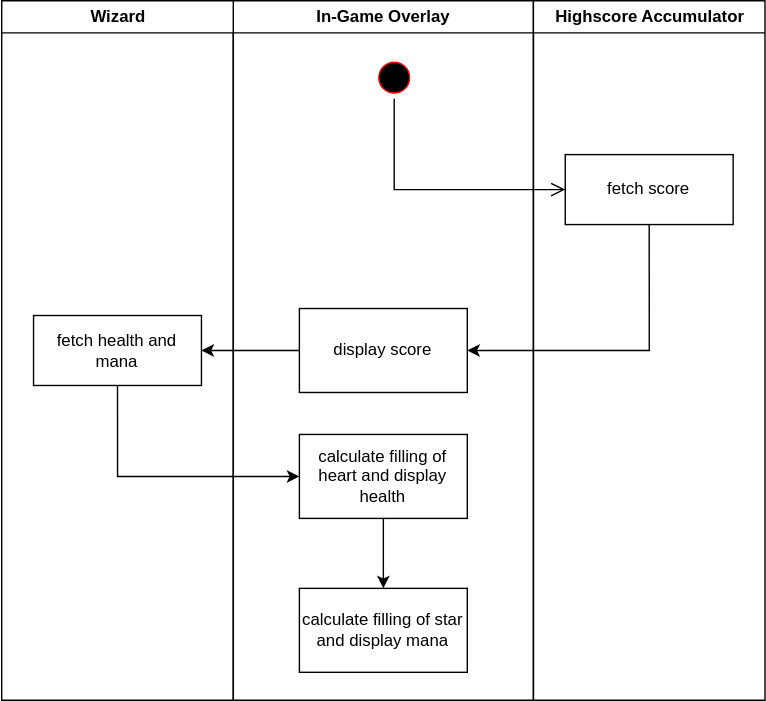
Above: activity_diagrams/hud.svg in Wizards-vs-Robots/documentation (draw.io), before the change. Source tidied: cells renumbered, new cells last; positions are measured from the earlier drawing's top-left corner, leaving out a move shared by most shapes.
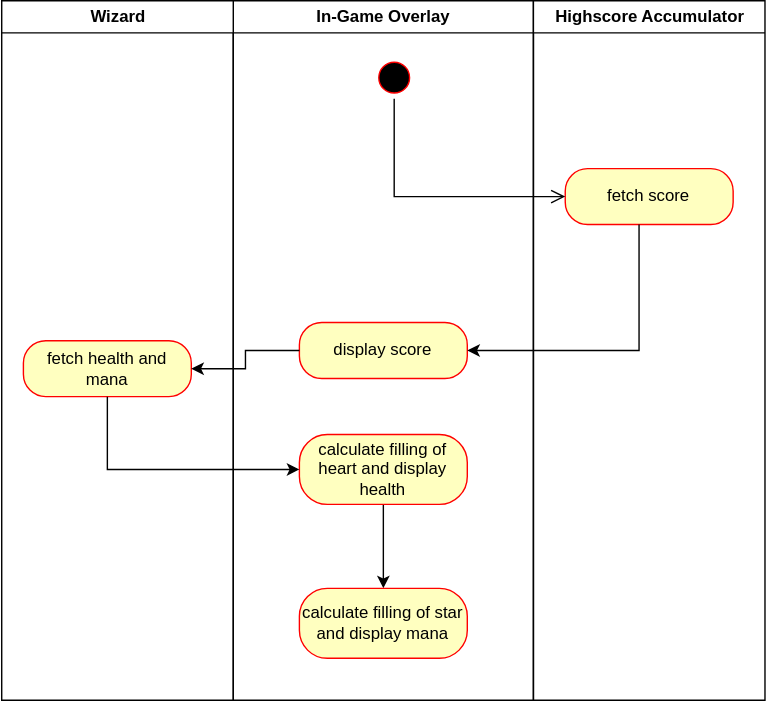
The same diagram one commit later.

Change to the diagram source:
```diff
@@ -8,45 +8,53 @@
     <mxCell id="3" style="ellipse;shape=startState;fillColor=#000000;strokeColor=#ff0000;" parent="2" vertex="1">
       <mxGeometry x="100" y="40" width="30" height="30" as="geometry" />
     </mxCell>
+    <mxCell id="5" style="edgeStyle=orthogonalEdgeStyle;rounded=0;jettySize=auto;html=1;strokeColor=#000000;" parent="2" edge="1" source="6" target="7">
+      <mxGeometry relative="1" as="geometry" />
+    </mxCell>
-    <mxCell id="4" value="display score" style="whiteSpace=wrap;html=1;" parent="2" vertex="1">
-      <mxGeometry x="47.2" y="220" width="120" height="60" as="geometry" />
+    <mxCell id="4" value="display score" style="rounded=1;whiteSpace=wrap;html=1;arcSize=40;fontColor=#000000;fillColor=#ffffc0;strokeColor=#ff0000;" parent="2" vertex="1">
+      <mxGeometry x="47.2" y="230" width="120" height="40" as="geometry" />
     </mxCell>
-    <mxCell id="5" style="edgeStyle=orthogonalEdgeStyle;rounded=0;jettySize=auto;html=1;exitX=0.5;exitY=1;exitDx=0;exitDy=0;entryX=0.5;entryY=0;entryDx=0;entryDy=0;strokeColor=#000000;" parent="2" edge="1" source="6" target="7">
-      <mxGeometry relative="1" as="geometry" />
-    </mxCell>
-    <mxCell id="6" value="calculate filling of heart and display health" style="whiteSpace=wrap;html=1;" parent="2" vertex="1">
-      <mxGeometry x="47.2" y="310" width="120" height="60" as="geometry" />
+    <mxCell id="6" value="calculate filling of heart and display health" style="rounded=1;whiteSpace=wrap;html=1;arcSize=40;fontColor=#000000;fillColor=#ffffc0;strokeColor=#ff0000;" parent="2" vertex="1">
+      <mxGeometry x="47.2" y="310" width="120" height="50" as="geometry" />
     </mxCell>
-    <mxCell id="7" value="calculate filling of star and display mana" style="whiteSpace=wrap;html=1;" parent="2" vertex="1">
-      <mxGeometry x="47.2" y="420" width="120" height="60" as="geometry" />
+    <mxCell id="7" value="calculate filling of star and display mana" style="rounded=1;whiteSpace=wrap;html=1;arcSize=40;fontColor=#000000;fillColor=#ffffc0;strokeColor=#ff0000;" parent="2" vertex="1">
+      <mxGeometry x="47.2" y="420" width="120" height="50" as="geometry" />
     </mxCell>
     <mxCell id="8" value="Highscore Accumulator" style="swimlane;whiteSpace=wrap;" parent="1" vertex="1">
       <mxGeometry x="380.5" width="165.5" height="500" as="geometry" />
     </mxCell>
-    <mxCell id="9" value="fetch score" style="whiteSpace=wrap;html=1;" parent="8" vertex="1">
-      <mxGeometry x="22.8" y="110" width="120" height="50" as="geometry" />
+    <mxCell id="9" value="fetch score" style="rounded=1;whiteSpace=wrap;html=1;arcSize=40;fontColor=#000000;fillColor=#ffffc0;strokeColor=#ff0000;" parent="8" vertex="1">
+      <mxGeometry x="22.8" y="120" width="120" height="40" as="geometry" />
     </mxCell>
     <mxCell id="10" value="Wizard" style="swimlane;whiteSpace=wrap;" parent="1" vertex="1">
       <mxGeometry x="0.5" width="165.5" height="500" as="geometry" />
     </mxCell>
-    <mxCell id="11" value="fetch health and mana" style="whiteSpace=wrap;html=1;" parent="10" vertex="1">
-      <mxGeometry x="22.8" y="225" width="120" height="50" as="geometry" />
+    <mxCell id="11" value="fetch health and mana" style="rounded=1;whiteSpace=wrap;html=1;arcSize=40;fontColor=#000000;fillColor=#ffffc0;strokeColor=#ff0000;" parent="10" vertex="1">
+      <mxGeometry x="15.5" y="243" width="120" height="40" as="geometry" />
     </mxCell>
-    <mxCell id="12" style="edgeStyle=elbowEdgeStyle;elbow=horizontal;verticalAlign=bottom;endArrow=open;endSize=8;strokeColor=#000000;endFill=1;rounded=0;entryX=0;entryY=0.5;entryDx=0;entryDy=0;" parent="1" edge="1" source="3" target="9">
+    <mxCell id="12" style="edgeStyle=elbowEdgeStyle;elbow=horizontal;verticalAlign=bottom;endArrow=open;endSize=8;strokeColor=#000000;endFill=1;rounded=0;" parent="1" edge="1" source="3" target="9">
       <mxGeometry x="330" y="170" as="geometry">
         <Array as="points">
           <mxPoint x="281" y="110" />
         </Array>
       </mxGeometry>
     </mxCell>
-    <mxCell id="13" style="edgeStyle=orthogonalEdgeStyle;rounded=0;jettySize=auto;html=1;exitX=0.5;exitY=1;exitDx=0;exitDy=0;entryX=1;entryY=0.5;entryDx=0;entryDy=0;" parent="1" edge="1" source="9" target="4">
-      <mxGeometry relative="1" as="geometry" />
+    <mxCell id="13" style="edgeStyle=orthogonalEdgeStyle;rounded=0;jettySize=auto;html=1;" parent="1" edge="1" source="9" target="4">
+      <mxGeometry relative="1" as="geometry">
+        <Array as="points">
+          <mxPoint x="456" y="250" />
+        </Array>
+      </mxGeometry>
     </mxCell>
-    <mxCell id="14" style="edgeStyle=orthogonalEdgeStyle;rounded=0;jettySize=auto;html=1;exitX=0;exitY=0.5;exitDx=0;exitDy=0;entryX=1;entryY=0.5;entryDx=0;entryDy=0;strokeColor=#000000;" parent="1" edge="1" source="4" target="11">
+    <mxCell id="14" style="edgeStyle=orthogonalEdgeStyle;rounded=0;jettySize=auto;html=1;strokeColor=#000000;" parent="1" edge="1" source="4" target="11">
       <mxGeometry relative="1" as="geometry" />
     </mxCell>
-    <mxCell id="15" style="edgeStyle=orthogonalEdgeStyle;rounded=0;jettySize=auto;html=1;exitX=0.5;exitY=1;exitDx=0;exitDy=0;entryX=0;entryY=0.5;entryDx=0;entryDy=0;strokeColor=#000000;" parent="1" edge="1" source="11" target="6">
-      <mxGeometry relative="1" as="geometry" />
+    <mxCell id="15" style="edgeStyle=orthogonalEdgeStyle;rounded=0;jettySize=auto;html=1;strokeColor=#000000;" parent="1" edge="1" source="11" target="6">
+      <mxGeometry relative="1" as="geometry">
+        <Array as="points">
+          <mxPoint x="76" y="335" />
+        </Array>
+      </mxGeometry>
     </mxCell>
   </root>
 </mxGraphModel>
```
